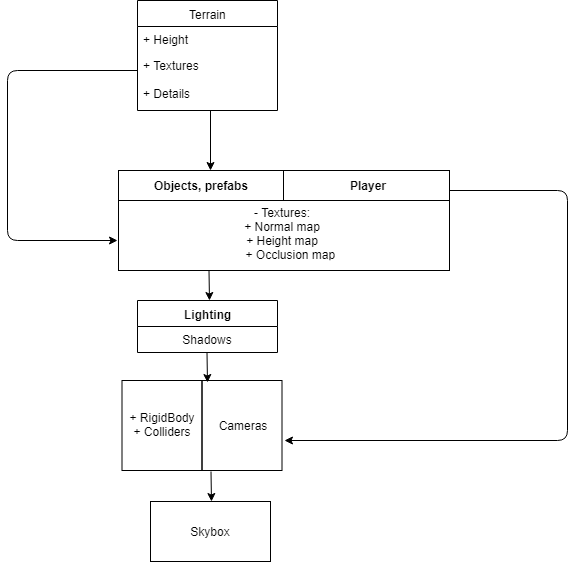
This is mysystehis/Overview_Diagram.png from huybv1999/InternshipThesis, a draw.io export, as it was before one commit. Source tidied: cells renumbered, new cells last; positions are measured from the earlier drawing's top-left corner, leaving out a move shared by most shapes. Its diagram source:
```xml
<mxGraphModel>
  <root>
    <mxCell id="0" />
    <mxCell id="1" parent="0" />
    <mxCell id="2" value="Terrain" style="swimlane;fontStyle=0;horizontal=1;startSize=26;fillColor=none;rounded=0;shadow=0;glass=0;strokeWidth=1;html=1;" parent="1" vertex="1">
      <mxGeometry x="130" width="140" height="110" as="geometry" />
    </mxCell>
    <mxCell id="3" value="+ Height" style="text;strokeColor=none;fillColor=none;align=left;verticalAlign=top;spacingLeft=4;spacingRight=4;overflow=hidden;" parent="2" vertex="1">
      <mxGeometry y="26" width="140" height="26" as="geometry" />
    </mxCell>
    <mxCell id="4" value="+ Textures&#10;&#10;+ Details&#10;" style="text;strokeColor=none;fillColor=none;align=left;verticalAlign=top;spacingLeft=4;spacingRight=4;overflow=hidden;points=[[0,0.5],[1,0.5]];portConstraint=eastwest;" parent="2" vertex="1">
      <mxGeometry y="52" width="140" height="58" as="geometry" />
    </mxCell>
    <mxCell id="5" style="endArrow=classic;html=1;" parent="1" edge="1">
      <mxGeometry relative="1" as="geometry">
        <mxPoint x="203" y="110" as="sourcePoint" />
        <mxPoint x="203" y="170" as="targetPoint" />
      </mxGeometry>
    </mxCell>
    <mxCell id="6" style="text;html=1;strokeColor=#000000;fillColor=none;overflow=fill;rounded=0;shadow=0;glass=0;" parent="1" vertex="1">
      <mxGeometry x="111" y="170" width="331" height="100" as="geometry" />
    </mxCell>
    <mxCell id="7" style="endArrow=none;html=1;" parent="1" edge="1">
      <mxGeometry relative="1" as="geometry">
        <mxPoint x="111" y="200" as="sourcePoint" />
        <mxPoint x="442" y="200" as="targetPoint" />
      </mxGeometry>
    </mxCell>
    <mxCell id="8" style="endArrow=none;html=1;arcSize=17;" parent="1" edge="1">
      <mxGeometry relative="1" as="geometry">
        <mxPoint x="276" y="200" as="sourcePoint" />
        <mxPoint x="276" y="170" as="targetPoint" />
      </mxGeometry>
    </mxCell>
    <mxCell id="9" value="&lt;b&gt;Objects, prefabs&lt;/b&gt;" style="text;html=1;strokeColor=none;fillColor=none;align=center;verticalAlign=middle;whiteSpace=wrap;rounded=0;shadow=0;glass=0;" parent="1" vertex="1">
      <mxGeometry x="111" y="175" width="164" height="20" as="geometry" />
    </mxCell>
    <mxCell id="10" value="&lt;b&gt;Player&lt;/b&gt;" style="text;html=1;strokeColor=none;fillColor=none;align=center;verticalAlign=middle;whiteSpace=wrap;rounded=0;shadow=0;glass=0;" parent="1" vertex="1">
      <mxGeometry x="278" y="175" width="164" height="20" as="geometry" />
    </mxCell>
    <mxCell id="11" value=" &#10;- Textures:&#10;+ Normal map&#10;+ Height map&#10;     + Occlusion map&#10;" style="text;strokeColor=none;fillColor=none;align=center;verticalAlign=top;spacingLeft=4;spacingRight=4;overflow=hidden;" parent="1" vertex="1">
      <mxGeometry x="115" y="185" width="320" height="70" as="geometry" />
    </mxCell>
    <mxCell id="12" value="&lt;b&gt;Lighting&lt;/b&gt;" style="swimlane;fontStyle=0;horizontal=1;startSize=26;fillColor=none;rounded=0;shadow=0;glass=0;strokeColor=#000000;strokeWidth=1;align=center;html=1;" parent="1" vertex="1">
      <mxGeometry x="130" y="300" width="140" height="52" as="geometry" />
    </mxCell>
    <mxCell id="13" value="Shadows" style="text;strokeColor=none;fillColor=none;align=center;verticalAlign=top;spacingLeft=4;spacingRight=4;overflow=hidden;" parent="12" vertex="1">
      <mxGeometry y="26" width="140" height="26" as="geometry" />
    </mxCell>
    <mxCell id="14" style="endArrow=classic;html=1;" parent="1" edge="1">
      <mxGeometry relative="1" as="geometry">
        <mxPoint x="201.5" y="270" as="sourcePoint" />
        <mxPoint x="202" y="300" as="targetPoint" />
      </mxGeometry>
    </mxCell>
    <mxCell id="15" style="endArrow=classic;html=1;" parent="1" edge="1">
      <mxGeometry relative="1" as="geometry">
        <mxPoint x="199.5" y="352" as="sourcePoint" />
        <mxPoint x="200" y="382" as="targetPoint" />
      </mxGeometry>
    </mxCell>
    <mxCell id="16" style="edgeStyle=segmentEdgeStyle;endArrow=classic;html=1;exitX=1;exitY=0.75;exitDx=0;exitDy=0;" parent="1" edge="1" source="10">
      <mxGeometry relative="1" as="geometry">
        <mxPoint x="277" y="440" as="targetPoint" />
        <Array as="points">
          <mxPoint x="560" y="190" />
          <mxPoint x="560" y="440" />
          <mxPoint x="277" y="440" />
        </Array>
      </mxGeometry>
    </mxCell>
    <mxCell id="17" style="shape=process;whiteSpace=wrap;html=1;backgroundOutline=1;rounded=0;shadow=0;glass=0;strokeColor=#000000;strokeWidth=1;fillColor=none;align=center;size=0.5;" parent="1" vertex="1">
      <mxGeometry x="114.5" y="380" width="160" height="90" as="geometry" />
    </mxCell>
    <mxCell id="18" value="+ RigidBody&lt;br&gt;+ Colliders&lt;br&gt;" style="text;html=1;strokeColor=none;fillColor=none;align=center;verticalAlign=middle;whiteSpace=wrap;rounded=0;shadow=0;glass=0;" parent="1" vertex="1">
      <mxGeometry x="120" y="384" width="70" height="80" as="geometry" />
    </mxCell>
    <mxCell id="19" value="Cameras" style="text;html=1;strokeColor=none;fillColor=none;align=center;verticalAlign=middle;whiteSpace=wrap;rounded=0;shadow=0;glass=0;" parent="1" vertex="1">
      <mxGeometry x="200" y="385" width="70" height="80" as="geometry" />
    </mxCell>
    <mxCell id="20" style="endArrow=classic;html=1;" parent="1" edge="1">
      <mxGeometry relative="1" as="geometry">
        <mxPoint x="203.5" y="471" as="sourcePoint" />
        <mxPoint x="204" y="501" as="targetPoint" />
      </mxGeometry>
    </mxCell>
    <mxCell id="21" style="rounded=0;whiteSpace=wrap;html=1;shadow=0;glass=0;strokeColor=#000000;strokeWidth=1;fillColor=none;align=center;" parent="1" vertex="1">
      <mxGeometry x="143" y="501" width="120" height="60" as="geometry" />
    </mxCell>
    <mxCell id="22" value="Skybox" style="text;html=1;strokeColor=none;fillColor=none;align=center;verticalAlign=middle;whiteSpace=wrap;rounded=0;shadow=0;glass=0;" parent="1" vertex="1">
      <mxGeometry x="183" y="521" width="40" height="20" as="geometry" />
    </mxCell>
    <mxCell id="23" style="edgeStyle=segmentEdgeStyle;endArrow=classic;html=1;" parent="1" edge="1">
      <mxGeometry relative="1" as="geometry">
        <mxPoint x="130" y="70" as="sourcePoint" />
        <mxPoint x="110" y="240" as="targetPoint" />
        <Array as="points">
          <mxPoint y="70" />
          <mxPoint y="240" />
        </Array>
      </mxGeometry>
    </mxCell>
  </root>
</mxGraphModel>
```
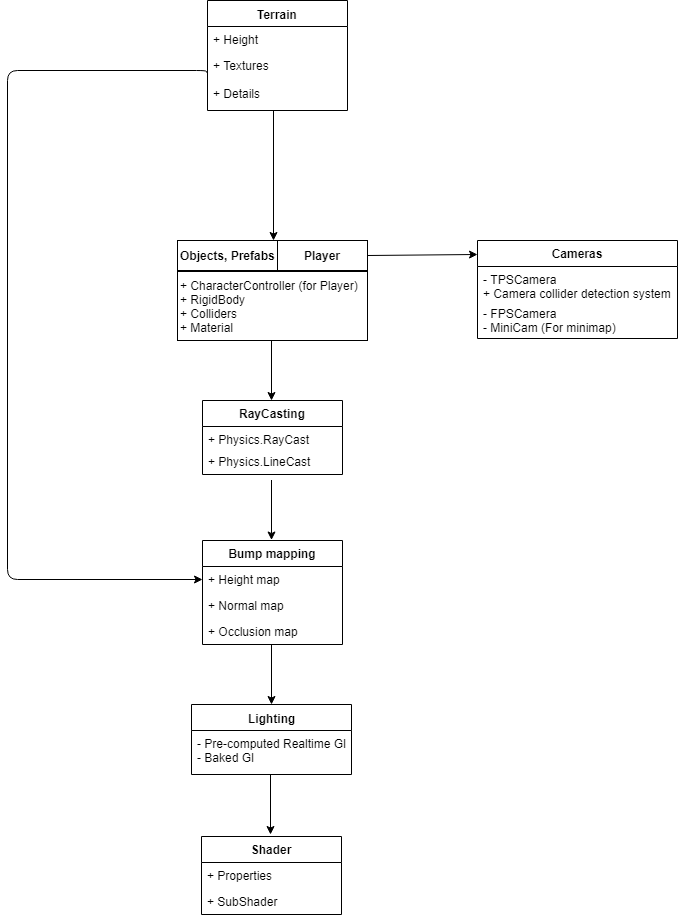
Later version of the same file.

The edit, as a diff of the source:
```diff
@@ -2,8 +2,8 @@
   <root>
     <mxCell id="0" />
     <mxCell id="1" parent="0" />
-    <mxCell id="2" value="Terrain" style="swimlane;fontStyle=0;horizontal=1;startSize=26;fillColor=none;rounded=0;shadow=0;glass=0;strokeWidth=1;html=1;" parent="1" vertex="1">
-      <mxGeometry x="130" width="140" height="110" as="geometry" />
+    <mxCell id="2" value="&lt;b&gt;Terrain&lt;/b&gt;" style="swimlane;fontStyle=0;horizontal=1;startSize=26;fillColor=none;rounded=0;shadow=0;glass=0;strokeWidth=1;html=1;" parent="1" vertex="1">
+      <mxGeometry x="110" width="140" height="110" as="geometry" />
     </mxCell>
     <mxCell id="3" value="+ Height" style="text;strokeColor=none;fillColor=none;align=left;verticalAlign=top;spacingLeft=4;spacingRight=4;overflow=hidden;" parent="2" vertex="1">
       <mxGeometry y="26" width="140" height="26" as="geometry" />
@@ -11,94 +11,103 @@
     <mxCell id="4" value="+ Textures&#10;&#10;+ Details&#10;" style="text;strokeColor=none;fillColor=none;align=left;verticalAlign=top;spacingLeft=4;spacingRight=4;overflow=hidden;points=[[0,0.5],[1,0.5]];portConstraint=eastwest;" parent="2" vertex="1">
       <mxGeometry y="52" width="140" height="58" as="geometry" />
     </mxCell>
-    <mxCell id="5" style="endArrow=classic;html=1;" parent="1" edge="1">
-      <mxGeometry relative="1" as="geometry">
-        <mxPoint x="203" y="110" as="sourcePoint" />
-        <mxPoint x="203" y="170" as="targetPoint" />
-      </mxGeometry>
-    </mxCell>
-    <mxCell id="6" style="text;html=1;strokeColor=#000000;fillColor=none;overflow=fill;rounded=0;shadow=0;glass=0;" parent="1" vertex="1">
-      <mxGeometry x="111" y="170" width="331" height="100" as="geometry" />
-    </mxCell>
-    <mxCell id="7" style="endArrow=none;html=1;" parent="1" edge="1">
-      <mxGeometry relative="1" as="geometry">
-        <mxPoint x="111" y="200" as="sourcePoint" />
-        <mxPoint x="442" y="200" as="targetPoint" />
-      </mxGeometry>
-    </mxCell>
-    <mxCell id="8" style="endArrow=none;html=1;arcSize=17;" parent="1" edge="1">
-      <mxGeometry relative="1" as="geometry">
-        <mxPoint x="276" y="200" as="sourcePoint" />
-        <mxPoint x="276" y="170" as="targetPoint" />
-      </mxGeometry>
-    </mxCell>
-    <mxCell id="9" value="&lt;b&gt;Objects, prefabs&lt;/b&gt;" style="text;html=1;strokeColor=none;fillColor=none;align=center;verticalAlign=middle;whiteSpace=wrap;rounded=0;shadow=0;glass=0;" parent="1" vertex="1">
-      <mxGeometry x="111" y="175" width="164" height="20" as="geometry" />
-    </mxCell>
-    <mxCell id="10" value="&lt;b&gt;Player&lt;/b&gt;" style="text;html=1;strokeColor=none;fillColor=none;align=center;verticalAlign=middle;whiteSpace=wrap;rounded=0;shadow=0;glass=0;" parent="1" vertex="1">
-      <mxGeometry x="278" y="175" width="164" height="20" as="geometry" />
-    </mxCell>
-    <mxCell id="11" value=" &#10;- Textures:&#10;+ Normal map&#10;+ Height map&#10;     + Occlusion map&#10;" style="text;strokeColor=none;fillColor=none;align=center;verticalAlign=top;spacingLeft=4;spacingRight=4;overflow=hidden;" parent="1" vertex="1">
-      <mxGeometry x="115" y="185" width="320" height="70" as="geometry" />
-    </mxCell>
     <mxCell id="12" value="&lt;b&gt;Lighting&lt;/b&gt;" style="swimlane;fontStyle=0;horizontal=1;startSize=26;fillColor=none;rounded=0;shadow=0;glass=0;strokeColor=#000000;strokeWidth=1;align=center;html=1;" parent="1" vertex="1">
-      <mxGeometry x="130" y="300" width="140" height="52" as="geometry" />
+      <mxGeometry x="94" y="704" width="160" height="70" as="geometry" />
     </mxCell>
-    <mxCell id="13" value="Shadows" style="text;strokeColor=none;fillColor=none;align=center;verticalAlign=top;spacingLeft=4;spacingRight=4;overflow=hidden;" parent="12" vertex="1">
-      <mxGeometry y="26" width="140" height="26" as="geometry" />
+    <mxCell id="13" value="- Pre-computed Realtime GI&#10;- Baked GI" style="text;strokeColor=none;fillColor=none;align=left;verticalAlign=top;spacingLeft=4;spacingRight=4;overflow=hidden;" parent="12" vertex="1">
+      <mxGeometry y="26" width="160" height="44" as="geometry" />
     </mxCell>
-    <mxCell id="14" style="endArrow=classic;html=1;" parent="1" edge="1">
-      <mxGeometry relative="1" as="geometry">
-        <mxPoint x="201.5" y="270" as="sourcePoint" />
-        <mxPoint x="202" y="300" as="targetPoint" />
-      </mxGeometry>
-    </mxCell>
-    <mxCell id="15" style="endArrow=classic;html=1;" parent="1" edge="1">
-      <mxGeometry relative="1" as="geometry">
-        <mxPoint x="199.5" y="352" as="sourcePoint" />
-        <mxPoint x="200" y="382" as="targetPoint" />
-      </mxGeometry>
-    </mxCell>
-    <mxCell id="16" style="edgeStyle=segmentEdgeStyle;endArrow=classic;html=1;exitX=1;exitY=0.75;exitDx=0;exitDy=0;" parent="1" edge="1" source="10">
-      <mxGeometry relative="1" as="geometry">
-        <mxPoint x="277" y="440" as="targetPoint" />
-        <Array as="points">
-          <mxPoint x="560" y="190" />
-          <mxPoint x="560" y="440" />
-          <mxPoint x="277" y="440" />
-        </Array>
-      </mxGeometry>
-    </mxCell>
-    <mxCell id="17" style="shape=process;whiteSpace=wrap;html=1;backgroundOutline=1;rounded=0;shadow=0;glass=0;strokeColor=#000000;strokeWidth=1;fillColor=none;align=center;size=0.5;" parent="1" vertex="1">
-      <mxGeometry x="114.5" y="380" width="160" height="90" as="geometry" />
-    </mxCell>
-    <mxCell id="18" value="+ RigidBody&lt;br&gt;+ Colliders&lt;br&gt;" style="text;html=1;strokeColor=none;fillColor=none;align=center;verticalAlign=middle;whiteSpace=wrap;rounded=0;shadow=0;glass=0;" parent="1" vertex="1">
-      <mxGeometry x="120" y="384" width="70" height="80" as="geometry" />
-    </mxCell>
+    <mxCell id="23" style="edgeStyle=segmentEdgeStyle;endArrow=classic;html=1;entryX=0;entryY=0.5;entryDx=0;entryDy=0;exitX=-0.007;exitY=0.345;exitDx=0;exitDy=0;exitPerimeter=0;" parent="1" edge="1" source="4" target="25">
+      <mxGeometry relative="1" as="geometry">
+        <Array as="points">
+          <mxPoint x="109" y="70" />
+          <mxPoint x="-90" y="70" />
+          <mxPoint x="-90" y="579" />
+        </Array>
+      </mxGeometry>
+    </mxCell>
+    <mxCell id="24" value="Bump mapping" style="swimlane;fontStyle=1;horizontal=1;startSize=26;fillColor=none;" parent="1" vertex="1">
+      <mxGeometry x="105" y="540" width="140" height="104" as="geometry" />
+    </mxCell>
+    <mxCell id="25" value="+ Height map" style="text;strokeColor=none;fillColor=none;align=left;verticalAlign=top;spacingLeft=4;spacingRight=4;overflow=hidden;points=[[0,0.5],[1,0.5]];portConstraint=eastwest;" parent="24" vertex="1">
+      <mxGeometry y="26" width="140" height="26" as="geometry" />
+    </mxCell>
+    <mxCell id="26" value="+ Normal map" style="text;strokeColor=none;fillColor=none;align=left;verticalAlign=top;spacingLeft=4;spacingRight=4;overflow=hidden;" parent="24" vertex="1">
+      <mxGeometry y="52" width="140" height="26" as="geometry" />
+    </mxCell>
+    <mxCell id="27" value="+ Occlusion map" style="text;strokeColor=none;fillColor=none;align=left;verticalAlign=top;spacingLeft=4;spacingRight=4;overflow=hidden;" parent="24" vertex="1">
+      <mxGeometry y="78" width="140" height="26" as="geometry" />
+    </mxCell>
+    <mxCell id="28" style="endArrow=classic;html=1;" parent="1" edge="1">
+      <mxGeometry relative="1" as="geometry">
+        <mxPoint x="176" y="110" as="sourcePoint" />
+        <mxPoint x="176" y="240" as="targetPoint" />
+      </mxGeometry>
+    </mxCell>
+    <mxCell id="29" value="&lt;b&gt;Objects, Prefabs&lt;/b&gt;" style="html=1;" parent="1" vertex="1">
+      <mxGeometry x="80" y="240" width="100" height="30" as="geometry" />
+    </mxCell>
+    <mxCell id="10" value="&lt;b&gt;Player&lt;/b&gt;" style="html=1;" parent="1" vertex="1">
+      <mxGeometry x="180" y="240" width="90" height="30" as="geometry" />
+    </mxCell>
+    <mxCell id="30" value="+ CharacterController (for Player)&lt;br&gt;+ RigidBody&lt;br&gt;+ Colliders&lt;br&gt;+ Material&amp;nbsp;" style="html=1;align=left;" parent="1" vertex="1">
+      <mxGeometry x="80" y="271" width="190" height="69" as="geometry" />
+    </mxCell>
+    <mxCell id="31" style="endArrow=classic;html=1;exitX=1;exitY=0.5;exitDx=0;exitDy=0;" parent="1" edge="1" source="10">
+      <mxGeometry relative="1" as="geometry">
+        <mxPoint x="380" y="254" as="targetPoint" />
+      </mxGeometry>
+    </mxCell>
-    <mxCell id="19" value="Cameras" style="text;html=1;strokeColor=none;fillColor=none;align=center;verticalAlign=middle;whiteSpace=wrap;rounded=0;shadow=0;glass=0;" parent="1" vertex="1">
-      <mxGeometry x="200" y="385" width="70" height="80" as="geometry" />
+    <mxCell id="19" value="Cameras" style="swimlane;fontStyle=1;horizontal=1;startSize=26;fillColor=none;" parent="1" vertex="1">
+      <mxGeometry x="380" y="240" width="200" height="98" as="geometry" />
     </mxCell>
-    <mxCell id="20" style="endArrow=classic;html=1;" parent="1" edge="1">
-      <mxGeometry relative="1" as="geometry">
-        <mxPoint x="203.5" y="471" as="sourcePoint" />
-        <mxPoint x="204" y="501" as="targetPoint" />
-      </mxGeometry>
-    </mxCell>
-    <mxCell id="21" style="rounded=0;whiteSpace=wrap;html=1;shadow=0;glass=0;strokeColor=#000000;strokeWidth=1;fillColor=none;align=center;" parent="1" vertex="1">
-      <mxGeometry x="143" y="501" width="120" height="60" as="geometry" />
-    </mxCell>
-    <mxCell id="22" value="Skybox" style="text;html=1;strokeColor=none;fillColor=none;align=center;verticalAlign=middle;whiteSpace=wrap;rounded=0;shadow=0;glass=0;" parent="1" vertex="1">
-      <mxGeometry x="183" y="521" width="40" height="20" as="geometry" />
-    </mxCell>
-    <mxCell id="23" style="edgeStyle=segmentEdgeStyle;endArrow=classic;html=1;" parent="1" edge="1">
-      <mxGeometry relative="1" as="geometry">
-        <mxPoint x="130" y="70" as="sourcePoint" />
-        <mxPoint x="110" y="240" as="targetPoint" />
-        <Array as="points">
-          <mxPoint y="70" />
-          <mxPoint y="240" />
-        </Array>
-      </mxGeometry>
-    </mxCell>
+    <mxCell id="32" value="- TPSCamera&#10;+ Camera collider detection system" style="text;strokeColor=none;fillColor=none;align=left;verticalAlign=top;spacingLeft=4;spacingRight=4;overflow=hidden;" parent="19" vertex="1">
+      <mxGeometry y="26" width="200" height="34" as="geometry" />
+    </mxCell>
+    <mxCell id="33" value="- FPSCamera&#10;- MiniCam (For minimap)" style="text;strokeColor=none;fillColor=none;align=left;verticalAlign=top;spacingLeft=4;spacingRight=4;overflow=hidden;" parent="19" vertex="1">
+      <mxGeometry y="60" width="200" height="38" as="geometry" />
+    </mxCell>
+    <mxCell id="34" style="endArrow=classic;html=1;" parent="1" edge="1">
+      <mxGeometry relative="1" as="geometry">
+        <mxPoint x="174" y="340" as="sourcePoint" />
+        <mxPoint x="174" y="400" as="targetPoint" />
+      </mxGeometry>
+    </mxCell>
+    <mxCell id="35" value="RayCasting" style="swimlane;fontStyle=1;horizontal=1;startSize=26;fillColor=none;" parent="1" vertex="1">
+      <mxGeometry x="105" y="400" width="140" height="74" as="geometry" />
+    </mxCell>
+    <mxCell id="36" value="+ Physics.RayCast" style="text;strokeColor=none;fillColor=none;align=left;verticalAlign=top;spacingLeft=4;spacingRight=4;overflow=hidden;" parent="35" vertex="1">
+      <mxGeometry y="26" width="140" height="22" as="geometry" />
+    </mxCell>
+    <mxCell id="37" value="+ Physics.LineCast&#10;" style="text;strokeColor=none;fillColor=none;align=left;verticalAlign=top;spacingLeft=4;spacingRight=4;overflow=hidden;" parent="35" vertex="1">
+      <mxGeometry y="48" width="140" height="26" as="geometry" />
+    </mxCell>
+    <mxCell id="38" style="endArrow=classic;html=1;" parent="1" edge="1">
+      <mxGeometry relative="1" as="geometry">
+        <mxPoint x="174" y="479.5" as="sourcePoint" />
+        <mxPoint x="174" y="539.5" as="targetPoint" />
+      </mxGeometry>
+    </mxCell>
+    <mxCell id="39" style="endArrow=classic;html=1;" parent="1" edge="1">
+      <mxGeometry relative="1" as="geometry">
+        <mxPoint x="174" y="644" as="sourcePoint" />
+        <mxPoint x="174" y="704" as="targetPoint" />
+      </mxGeometry>
+    </mxCell>
+    <mxCell id="40" style="endArrow=classic;html=1;" parent="1" edge="1">
+      <mxGeometry relative="1" as="geometry">
+        <mxPoint x="173" y="774" as="sourcePoint" />
+        <mxPoint x="173" y="834" as="targetPoint" />
+      </mxGeometry>
+    </mxCell>
+    <mxCell id="41" value="Shader" style="swimlane;fontStyle=1;horizontal=1;startSize=26;fillColor=none;align=center;" parent="1" vertex="1">
+      <mxGeometry x="104" y="836" width="140" height="78" as="geometry" />
+    </mxCell>
+    <mxCell id="42" value="+ Properties" style="text;strokeColor=none;fillColor=none;align=left;verticalAlign=top;spacingLeft=4;spacingRight=4;overflow=hidden;" parent="41" vertex="1">
+      <mxGeometry y="26" width="140" height="26" as="geometry" />
+    </mxCell>
+    <mxCell id="43" value="+ SubShader" style="text;strokeColor=none;fillColor=none;align=left;verticalAlign=top;spacingLeft=4;spacingRight=4;overflow=hidden;" parent="41" vertex="1">
+      <mxGeometry y="52" width="140" height="26" as="geometry" />
+    </mxCell>
   </root>
 </mxGraphModel>
```
